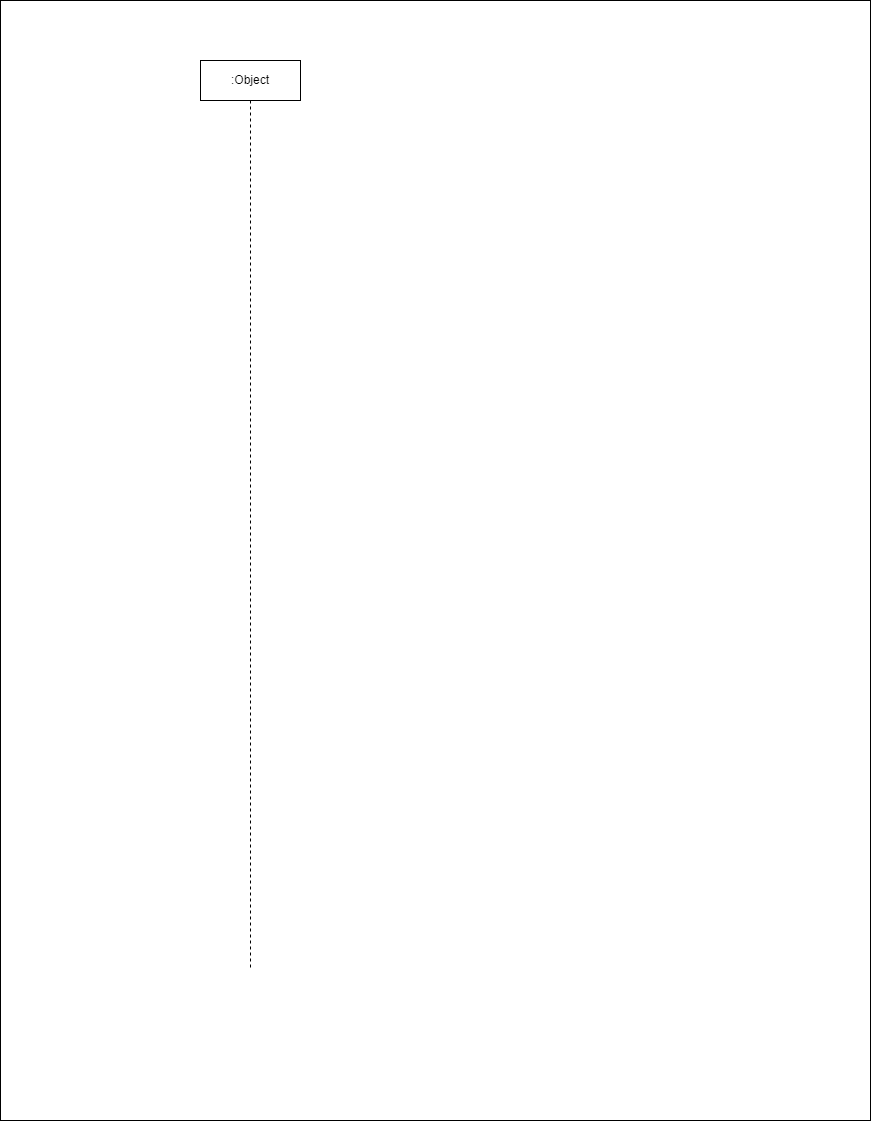
Jemikemi/Inventory-Sys-SENG-302 keeps this draw.io diagram as Diagrams/sequence2-admin.drawio.png. Above is the earlier version. Source tidied: cells renumbered, new cells last; positions are measured from the earlier drawing's top-left corner, leaving out a move shared by most shapes.
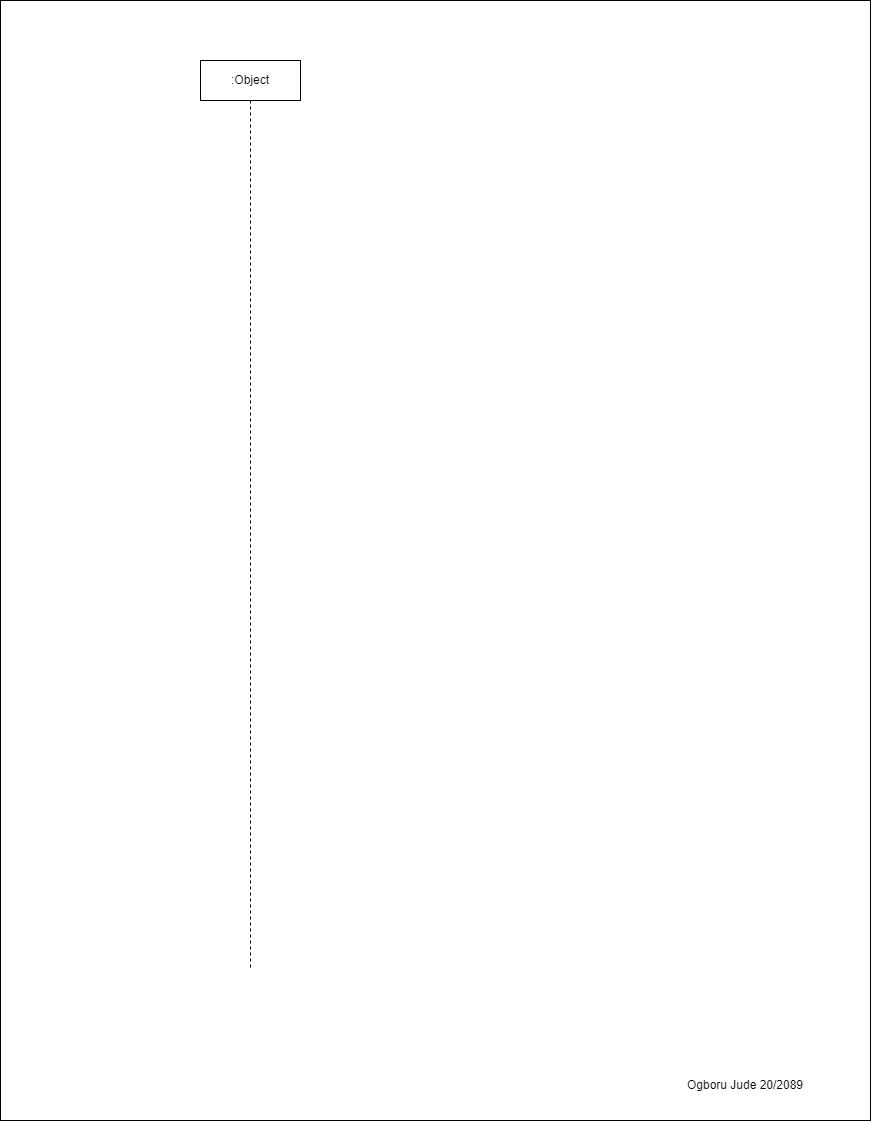
After the commit.

The edit, as a diff of the source:
```diff
@@ -8,5 +8,8 @@
     <mxCell id="3" value=":Object" style="shape=umlLifeline;perimeter=lifelinePerimeter;whiteSpace=wrap;html=1;" parent="1" vertex="1">
       <mxGeometry x="200" y="60" width="100" height="910" as="geometry" />
     </mxCell>
+    <mxCell id="4" value="Ogboru Jude 20/2089" style="text;html=1;strokeColor=none;fillColor=none;align=center;verticalAlign=middle;whiteSpace=wrap;rounded=0;" parent="1" vertex="1">
+      <mxGeometry x="640" y="1070" width="210" height="30" as="geometry" />
+    </mxCell>
   </root>
 </mxGraphModel>
```
